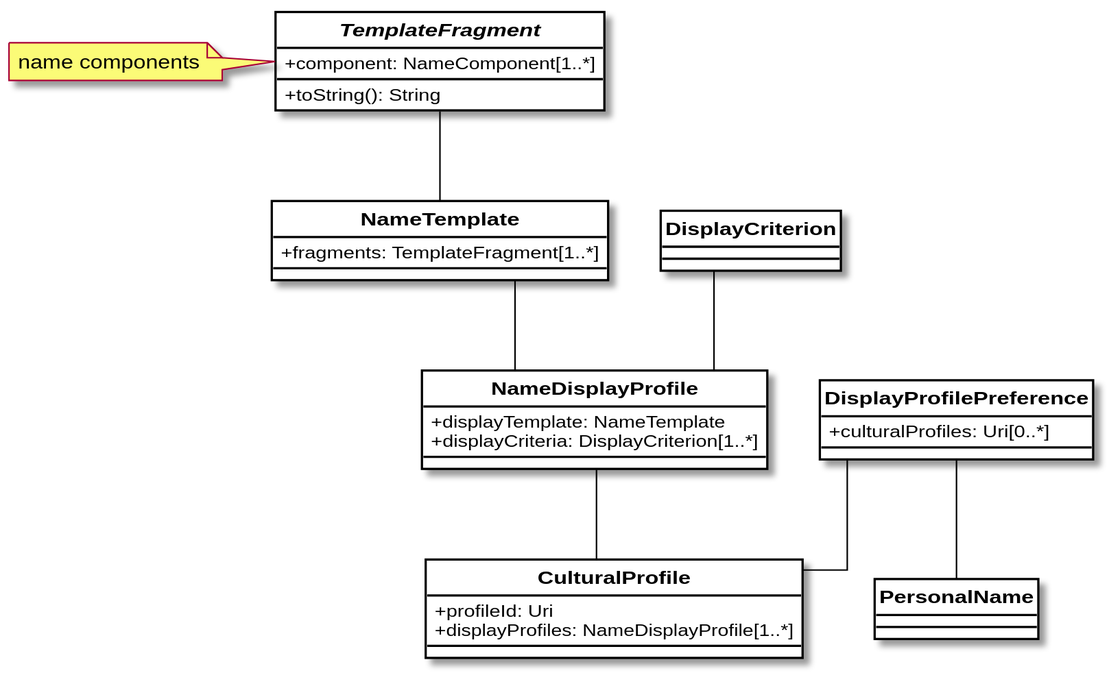
This is images/display-profile.svg from CalConnect/cc-name-models, a PlantUML export, as it was before one commit.
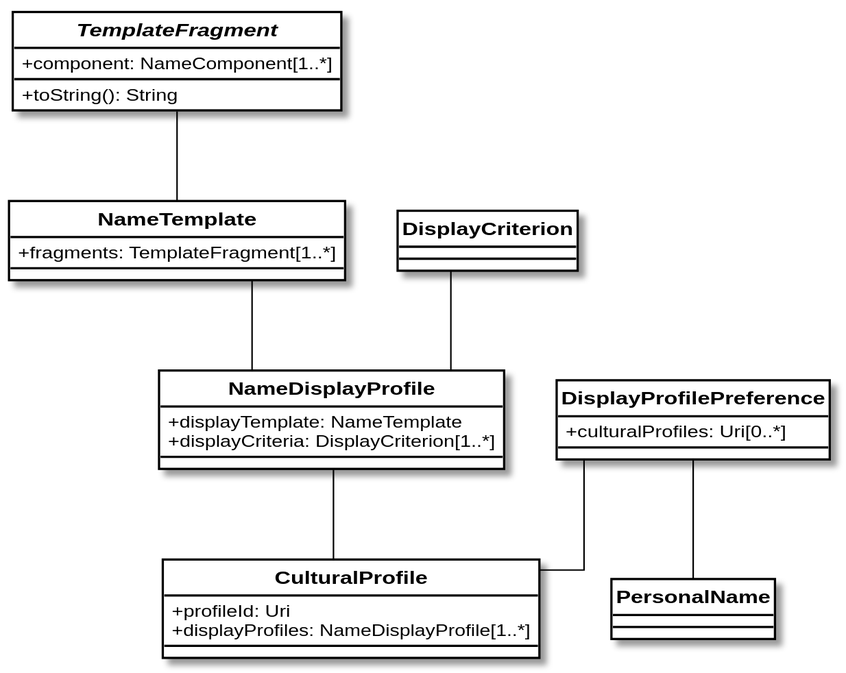
The same diagram one commit later.

The edit, as a diff of the source:
```diff
@@ -44,7 +44,6 @@
   +toString(): String
   +component: NameComponent[1..*]
 }
-note left of TemplateFragment: name components
 
 TemplateFragment -- NameTemplate
 
```
